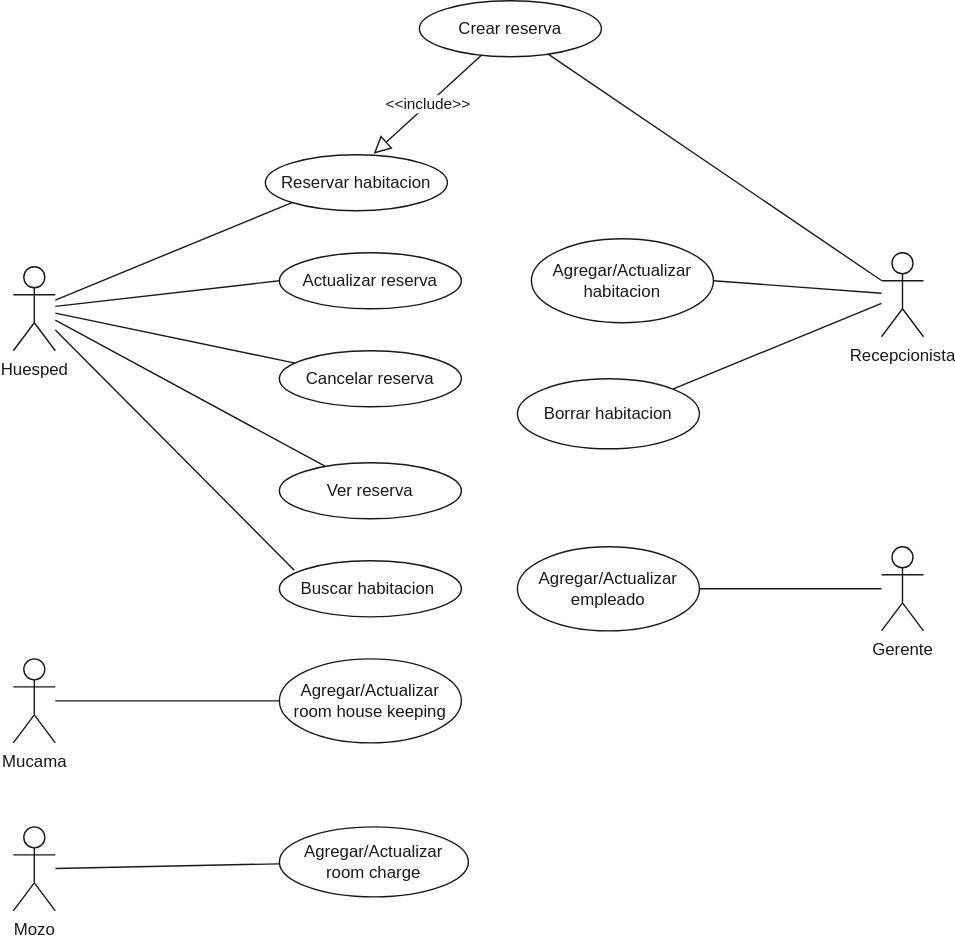
Above: diagramas/sistema-de-gestion-hotelera/usecase.drawio.svg in ET12Objetos/TrabajoPracticoIntegrador (draw.io), before the change. Source tidied: cells renumbered, new cells last; positions are measured from the earlier drawing's top-left corner, leaving out a move shared by most shapes.
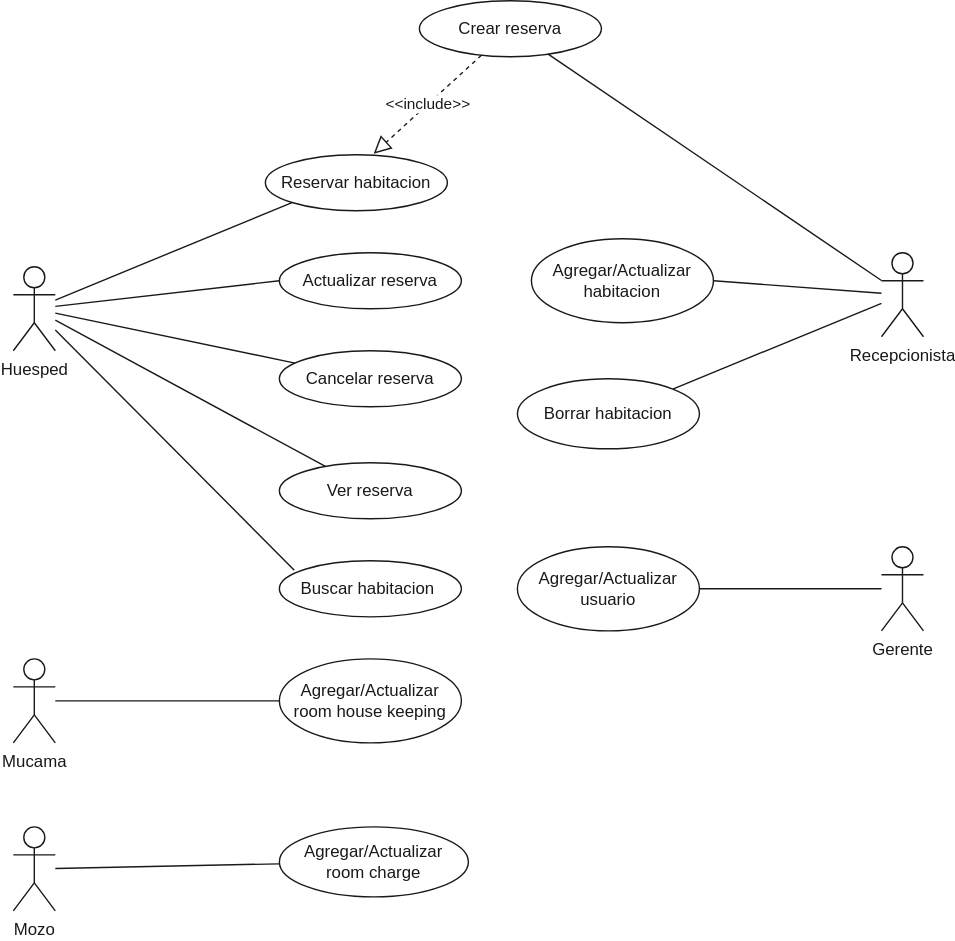
Later version of the same file.

Commit message:
Actualizar enunciado

What changed in the source:
```diff
@@ -23,7 +23,7 @@
     <mxCell id="8" style="edgeStyle=none;html=1;endArrow=none;endFill=0;strokeColor=#191919;labelBackgroundColor=#FFFFFF;fontColor=#191919;" parent="1" edge="1" source="10" target="15">
       <mxGeometry relative="1" as="geometry" />
     </mxCell>
-    <mxCell id="9" value="&amp;lt;&amp;lt;include&amp;gt;&amp;gt;" style="edgeStyle=none;html=1;entryX=0.595;entryY=-0.017;entryDx=0;entryDy=0;entryPerimeter=0;endArrow=block;endFill=0;endSize=10;strokeColor=#191919;labelBackgroundColor=#FFFFFF;fontColor=#191919;" parent="1" edge="1" source="10" target="22">
+    <mxCell id="9" value="&amp;lt;&amp;lt;include&amp;gt;&amp;gt;" style="edgeStyle=none;html=1;entryX=0.595;entryY=-0.017;entryDx=0;entryDy=0;entryPerimeter=0;endArrow=block;endFill=0;endSize=10;strokeColor=#191919;labelBackgroundColor=#FFFFFF;fontColor=#191919;dashed=1;" parent="1" edge="1" source="10" target="22">
       <mxGeometry relative="1" as="geometry" />
     </mxCell>
     <mxCell id="10" value="Crear reserva" style="ellipse;whiteSpace=wrap;html=1;strokeColor=#191919;labelBackgroundColor=none;fontColor=#191919;fillColor=none;" parent="1" vertex="1">
@@ -83,7 +83,7 @@
     <mxCell id="28" value="Agregar/Actualizar&lt;br&gt;room house keeping" style="ellipse;whiteSpace=wrap;html=1;strokeColor=#191919;labelBackgroundColor=none;fontColor=#191919;fillColor=none;" parent="1" vertex="1">
       <mxGeometry x="190" y="470" width="130" height="60" as="geometry" />
     </mxCell>
-    <mxCell id="29" value="Agregar/Actualizar&lt;br&gt;empleado" style="ellipse;whiteSpace=wrap;html=1;strokeColor=#191919;labelBackgroundColor=none;fontColor=#191919;fillColor=none;" parent="1" vertex="1">
+    <mxCell id="29" value="Agregar/Actualizar&lt;br&gt;usuario" style="ellipse;whiteSpace=wrap;html=1;strokeColor=#191919;labelBackgroundColor=none;fontColor=#191919;fillColor=none;" parent="1" vertex="1">
       <mxGeometry x="360" y="390" width="130" height="60" as="geometry" />
     </mxCell>
   </root>
```
